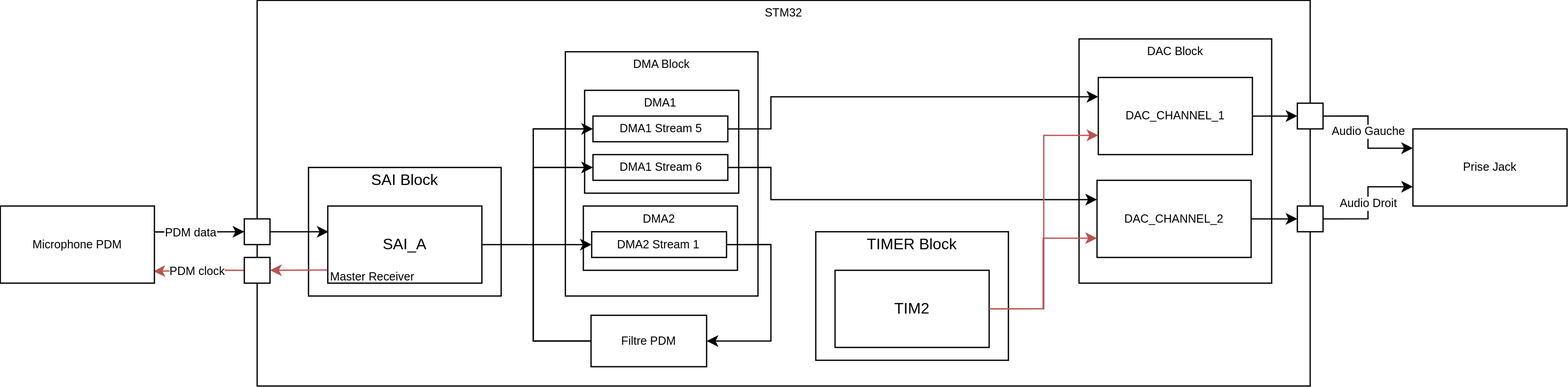
This is 00_Documentation/imgs/03_Embedding/direct_output/block_diagram.svg from piwithy/stm32pdm, a draw.io export, as it was before one commit. Source tidied: cells renumbered, new cells last; positions are measured from the earlier drawing's top-left corner, leaving out a move shared by most shapes.
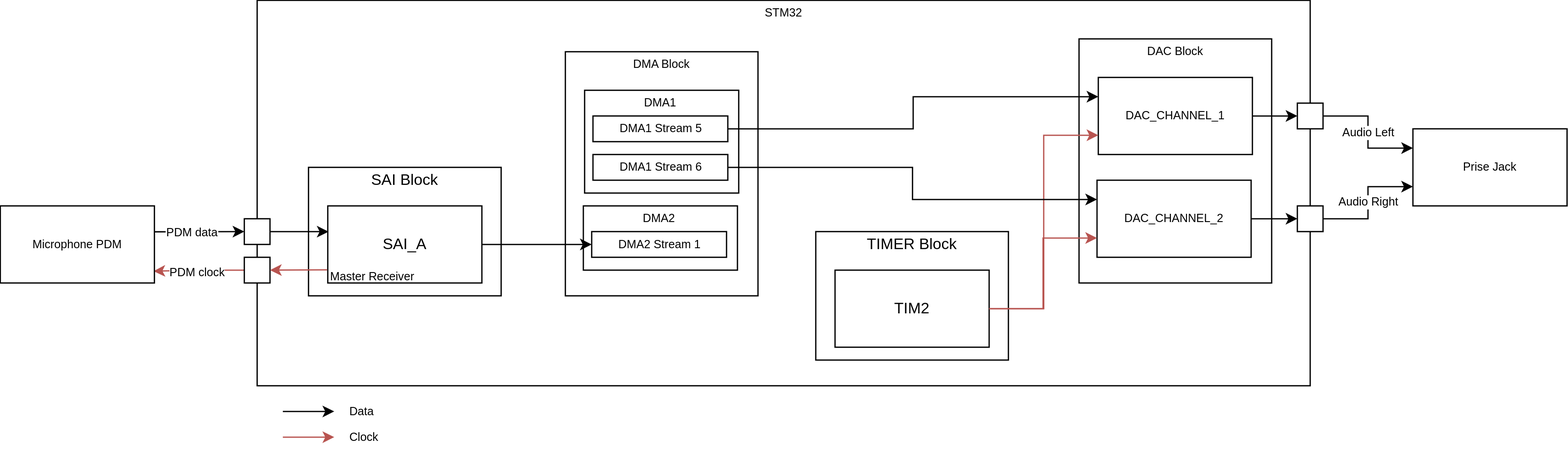
The same diagram one commit later.

Commit message:
Worked on direct_output readme

The edit, as a diff of the source:
```diff
@@ -77,108 +77,89 @@
     <mxCell id="26" value="DMA2 Stream 1" style="rounded=0;whiteSpace=wrap;html=1;fontSize=9;align=center;" parent="17" vertex="1">
       <mxGeometry x="20.5" y="140" width="105" height="20" as="geometry" />
     </mxCell>
-    <mxCell id="27" style="edgeStyle=orthogonalEdgeStyle;rounded=0;jettySize=auto;html=1;exitX=0;exitY=0.5;exitDx=0;exitDy=0;entryX=0;entryY=0.5;entryDx=0;entryDy=0;fontSize=9;" parent="1" edge="1" source="29" target="23">
-      <mxGeometry relative="1" as="geometry">
-        <Array as="points">
-          <mxPoint x="415" y="265" />
-          <mxPoint x="415" y="130" />
-        </Array>
-      </mxGeometry>
+    <mxCell id="27" style="edgeStyle=orthogonalEdgeStyle;rounded=0;jettySize=auto;html=1;exitX=1;exitY=0.5;exitDx=0;exitDy=0;entryX=0.005;entryY=0.334;entryDx=0;entryDy=0;entryPerimeter=0;fontSize=9;" parent="1" edge="1" source="28" target="6">
+      <mxGeometry relative="1" as="geometry" />
     </mxCell>
-    <mxCell id="28" style="edgeStyle=orthogonalEdgeStyle;rounded=0;jettySize=auto;html=1;exitX=0;exitY=0.5;exitDx=0;exitDy=0;entryX=0;entryY=0.5;entryDx=0;entryDy=0;fontSize=9;" parent="1" edge="1" source="29" target="22">
-      <mxGeometry relative="1" as="geometry">
-        <Array as="points">
-          <mxPoint x="415" y="265" />
-          <mxPoint x="415" y="100" />
-        </Array>
-      </mxGeometry>
+    <mxCell id="28" style="rounded=0;whiteSpace=wrap;html=1;fontSize=9;align=center;" parent="1" vertex="1">
+      <mxGeometry x="190" y="170" width="20" height="20" as="geometry" />
     </mxCell>
-    <mxCell id="29" value="Filtre PDM" style="rounded=0;whiteSpace=wrap;html=1;fontSize=9;align=center;" parent="1" vertex="1">
-      <mxGeometry x="460" y="245" width="90" height="40" as="geometry" />
+    <mxCell id="29" style="edgeStyle=orthogonalEdgeStyle;rounded=0;jettySize=auto;html=1;exitX=0;exitY=0.5;exitDx=0;exitDy=0;entryX=0.994;entryY=0.846;entryDx=0;entryDy=0;entryPerimeter=0;fontSize=9;fillColor=#f8cecc;strokeColor=#b85450;" parent="1" edge="1" source="31" target="32">
+      <mxGeometry relative="1" as="geometry" />
     </mxCell>
-    <mxCell id="30" style="edgeStyle=orthogonalEdgeStyle;rounded=0;jettySize=auto;html=1;exitX=1;exitY=0.5;exitDx=0;exitDy=0;entryX=0.005;entryY=0.334;entryDx=0;entryDy=0;entryPerimeter=0;fontSize=9;" parent="1" edge="1" source="31" target="6">
-      <mxGeometry relative="1" as="geometry" />
+    <mxCell id="30" value="PDM clock" style="edgeLabel;html=1;align=center;verticalAlign=middle;fontSize=9;" parent="29" vertex="1">
+      <mxGeometry x="0.08" relative="1" as="geometry" />
     </mxCell>
     <mxCell id="31" style="rounded=0;whiteSpace=wrap;html=1;fontSize=9;align=center;" parent="1" vertex="1">
-      <mxGeometry x="190" y="170" width="20" height="20" as="geometry" />
+      <mxGeometry x="190" y="200" width="20" height="20" as="geometry" />
     </mxCell>
-    <mxCell id="32" style="edgeStyle=orthogonalEdgeStyle;rounded=0;jettySize=auto;html=1;exitX=0;exitY=0.5;exitDx=0;exitDy=0;entryX=0.994;entryY=0.846;entryDx=0;entryDy=0;entryPerimeter=0;fontSize=9;fillColor=#f8cecc;strokeColor=#b85450;" parent="1" edge="1" source="34" target="35">
-      <mxGeometry relative="1" as="geometry" />
+    <mxCell id="32" value="Microphone PDM" style="rounded=0;whiteSpace=wrap;html=1;fontSize=9;align=center;" parent="1" vertex="1">
+      <mxGeometry y="160" width="120" height="60" as="geometry" />
     </mxCell>
-    <mxCell id="33" value="PDM clock" style="edgeLabel;html=1;align=center;verticalAlign=middle;fontSize=9;" parent="32" vertex="1">
-      <mxGeometry x="0.08" relative="1" as="geometry" />
+    <mxCell id="33" style="endArrow=classic;html=1;fontSize=9;entryX=0;entryY=0.5;entryDx=0;entryDy=0;exitX=0.999;exitY=0.336;exitDx=0;exitDy=0;exitPerimeter=0;" parent="1" edge="1" source="32" target="28">
+      <mxGeometry relative="1" as="geometry" />
     </mxCell>
-    <mxCell id="34" style="rounded=0;whiteSpace=wrap;html=1;fontSize=9;align=center;" parent="1" vertex="1">
-      <mxGeometry x="190" y="200" width="20" height="20" as="geometry" />
+    <mxCell id="34" value="PDM data" style="edgeLabel;html=1;align=center;verticalAlign=middle;points=[];fontSize=9;" parent="33" vertex="1">
+      <mxGeometry x="-0.21" relative="1" as="geometry" />
     </mxCell>
-    <mxCell id="35" value="Microphone PDM" style="rounded=0;whiteSpace=wrap;html=1;fontSize=9;align=center;" parent="1" vertex="1">
-      <mxGeometry y="160" width="120" height="60" as="geometry" />
+    <mxCell id="35" style="endArrow=classic;html=1;fontSize=9;entryX=1;entryY=0.5;entryDx=0;entryDy=0;exitX=-0.005;exitY=0.829;exitDx=0;exitDy=0;exitPerimeter=0;fillColor=#f8cecc;strokeColor=#b85450;" parent="1" edge="1" source="6" target="31">
+      <mxGeometry relative="1" as="geometry" />
     </mxCell>
-    <mxCell id="36" style="endArrow=classic;html=1;fontSize=9;entryX=0;entryY=0.5;entryDx=0;entryDy=0;exitX=0.999;exitY=0.336;exitDx=0;exitDy=0;exitPerimeter=0;" parent="1" edge="1" source="35" target="31">
+    <mxCell id="36" style="edgeStyle=orthogonalEdgeStyle;rounded=0;jettySize=auto;html=1;exitX=1;exitY=0.5;exitDx=0;exitDy=0;entryX=0;entryY=0.5;entryDx=0;entryDy=0;fontSize=9;" parent="1" edge="1" source="6" target="26">
       <mxGeometry relative="1" as="geometry" />
     </mxCell>
-    <mxCell id="37" value="PDM data" style="edgeLabel;html=1;align=center;verticalAlign=middle;fontSize=9;" parent="36" vertex="1">
-      <mxGeometry x="-0.21" relative="1" as="geometry" />
+    <mxCell id="37" style="edgeStyle=orthogonalEdgeStyle;rounded=0;jettySize=auto;html=1;exitX=1;exitY=0.5;exitDx=0;exitDy=0;entryX=0;entryY=0.75;entryDx=0;entryDy=0;fontSize=9;fillColor=#f8cecc;strokeColor=#b85450;" parent="1" edge="1" source="16" target="10">
+      <mxGeometry relative="1" as="geometry" />
     </mxCell>
-    <mxCell id="38" style="endArrow=classic;html=1;fontSize=9;entryX=1;entryY=0.5;entryDx=0;entryDy=0;exitX=-0.005;exitY=0.829;exitDx=0;exitDy=0;exitPerimeter=0;fillColor=#f8cecc;strokeColor=#b85450;" parent="1" edge="1" source="6" target="34">
+    <mxCell id="38" style="edgeStyle=orthogonalEdgeStyle;rounded=0;jettySize=auto;html=1;exitX=1;exitY=0.5;exitDx=0;exitDy=0;entryX=0;entryY=0.75;entryDx=0;entryDy=0;fontSize=9;fillColor=#f8cecc;strokeColor=#b85450;" parent="1" edge="1" source="16" target="12">
       <mxGeometry relative="1" as="geometry" />
     </mxCell>
-    <mxCell id="39" style="edgeStyle=orthogonalEdgeStyle;rounded=0;jettySize=auto;html=1;exitX=1;exitY=0.5;exitDx=0;exitDy=0;entryX=0;entryY=0.5;entryDx=0;entryDy=0;fontSize=9;" parent="1" edge="1" source="6" target="26">
+    <mxCell id="39" value="Audio Left" style="edgeStyle=orthogonalEdgeStyle;rounded=0;jettySize=auto;html=1;exitX=1;exitY=0.5;exitDx=0;exitDy=0;entryX=0;entryY=0.25;entryDx=0;entryDy=0;fontSize=9;" parent="1" edge="1" source="40" target="46">
       <mxGeometry relative="1" as="geometry" />
     </mxCell>
-    <mxCell id="40" style="edgeStyle=orthogonalEdgeStyle;rounded=0;jettySize=auto;html=1;exitX=1;exitY=0.5;exitDx=0;exitDy=0;entryX=1;entryY=0.5;entryDx=0;entryDy=0;fontSize=9;" parent="1" edge="1" source="26" target="29">
-      <mxGeometry relative="1" as="geometry">
-        <Array as="points">
-          <mxPoint x="600" y="190" />
-          <mxPoint x="600" y="265" />
-        </Array>
-      </mxGeometry>
+    <mxCell id="40" style="rounded=0;whiteSpace=wrap;html=1;fontSize=9;align=center;" parent="1" vertex="1">
+      <mxGeometry x="1010" y="80" width="20" height="20" as="geometry" />
     </mxCell>
-    <mxCell id="41" style="edgeStyle=orthogonalEdgeStyle;rounded=0;jettySize=auto;html=1;exitX=1;exitY=0.5;exitDx=0;exitDy=0;entryX=0;entryY=0.25;entryDx=0;entryDy=0;fontSize=9;" parent="1" edge="1" source="22" target="10">
-      <mxGeometry relative="1" as="geometry">
-        <Array as="points">
-          <mxPoint x="600" y="100" />
-          <mxPoint x="600" y="75" />
-        </Array>
-      </mxGeometry>
+    <mxCell id="41" value="Audio Right" style="edgeStyle=orthogonalEdgeStyle;rounded=0;jettySize=auto;html=1;exitX=1;exitY=0.5;exitDx=0;exitDy=0;entryX=0;entryY=0.75;entryDx=0;entryDy=0;fontSize=9;" parent="1" edge="1" source="42" target="46">
+      <mxGeometry relative="1" as="geometry" />
     </mxCell>
-    <mxCell id="42" style="edgeStyle=orthogonalEdgeStyle;rounded=0;jettySize=auto;html=1;exitX=1;exitY=0.5;exitDx=0;exitDy=0;entryX=0;entryY=0.25;entryDx=0;entryDy=0;fontSize=9;" parent="1" edge="1" source="23" target="12">
-      <mxGeometry relative="1" as="geometry">
-        <Array as="points">
-          <mxPoint x="600" y="130" />
-          <mxPoint x="600" y="155" />
-        </Array>
-      </mxGeometry>
+    <mxCell id="42" style="rounded=0;whiteSpace=wrap;html=1;fontSize=9;align=center;" parent="1" vertex="1">
+      <mxGeometry x="1010" y="160" width="20" height="20" as="geometry" />
     </mxCell>
-    <mxCell id="43" style="edgeStyle=orthogonalEdgeStyle;rounded=0;jettySize=auto;html=1;exitX=1;exitY=0.5;exitDx=0;exitDy=0;entryX=0;entryY=0.75;entryDx=0;entryDy=0;fontSize=9;fillColor=#f8cecc;strokeColor=#b85450;" parent="1" edge="1" source="16" target="10">
+    <mxCell id="43" style="edgeStyle=orthogonalEdgeStyle;rounded=0;jettySize=auto;html=1;exitX=1;exitY=0.5;exitDx=0;exitDy=0;entryX=0;entryY=0.5;entryDx=0;entryDy=0;fontSize=9;" parent="1" edge="1" source="12" target="42">
       <mxGeometry relative="1" as="geometry" />
     </mxCell>
-    <mxCell id="44" style="edgeStyle=orthogonalEdgeStyle;rounded=0;jettySize=auto;html=1;exitX=1;exitY=0.5;exitDx=0;exitDy=0;entryX=0;entryY=0.75;entryDx=0;entryDy=0;fontSize=9;fillColor=#f8cecc;strokeColor=#b85450;" parent="1" edge="1" source="16" target="12">
+    <mxCell id="44" style="edgeStyle=orthogonalEdgeStyle;rounded=0;jettySize=auto;html=1;exitX=1;exitY=0.5;exitDx=0;exitDy=0;entryX=0;entryY=0.5;entryDx=0;entryDy=0;fontSize=9;" parent="1" edge="1" source="10" target="40">
       <mxGeometry relative="1" as="geometry" />
     </mxCell>
-    <mxCell id="45" value="Audio Gauche" style="edgeStyle=orthogonalEdgeStyle;rounded=0;jettySize=auto;html=1;exitX=1;exitY=0.5;exitDx=0;exitDy=0;entryX=0;entryY=0.25;entryDx=0;entryDy=0;fontSize=9;" parent="1" edge="1" source="46" target="52">
-      <mxGeometry relative="1" as="geometry" />
+    <mxCell id="45" value="STM32" style="text;html=1;strokeColor=none;fillColor=none;align=center;verticalAlign=middle;whiteSpace=wrap;rounded=0;fontSize=9;" parent="1" vertex="1">
+      <mxGeometry x="200" width="820" height="20" as="geometry" />
     </mxCell>
-    <mxCell id="46" style="rounded=0;whiteSpace=wrap;html=1;fontSize=9;align=center;" parent="1" vertex="1">
-      <mxGeometry x="1010" y="80" width="20" height="20" as="geometry" />
+    <mxCell id="46" value="Prise Jack" style="rounded=0;whiteSpace=wrap;html=1;fontSize=9;align=center;" parent="1" vertex="1">
+      <mxGeometry x="1100" y="100" width="120" height="60" as="geometry" />
     </mxCell>
-    <mxCell id="47" value="Audio Droit" style="edgeStyle=orthogonalEdgeStyle;rounded=0;jettySize=auto;html=1;exitX=1;exitY=0.5;exitDx=0;exitDy=0;entryX=0;entryY=0.75;entryDx=0;entryDy=0;fontSize=9;" parent="1" edge="1" source="48" target="52">
+    <mxCell id="47" style="edgeStyle=orthogonalEdgeStyle;rounded=0;jettySize=auto;html=1;exitX=1;exitY=0.5;exitDx=0;exitDy=0;fontSize=9;entryX=0;entryY=0.25;entryDx=0;entryDy=0;" parent="1" edge="1" source="22" target="10">
       <mxGeometry relative="1" as="geometry" />
     </mxCell>
-    <mxCell id="48" style="rounded=0;whiteSpace=wrap;html=1;fontSize=9;align=center;" parent="1" vertex="1">
-      <mxGeometry x="1010" y="160" width="20" height="20" as="geometry" />
+    <mxCell id="48" style="edgeStyle=orthogonalEdgeStyle;rounded=0;jettySize=auto;html=1;exitX=1;exitY=0.5;exitDx=0;exitDy=0;entryX=0;entryY=0.25;entryDx=0;entryDy=0;fontSize=9;" parent="1" edge="1" source="23" target="12">
+      <mxGeometry relative="1" as="geometry" />
     </mxCell>
-    <mxCell id="49" style="edgeStyle=orthogonalEdgeStyle;rounded=0;jettySize=auto;html=1;exitX=1;exitY=0.5;exitDx=0;exitDy=0;entryX=0;entryY=0.5;entryDx=0;entryDy=0;fontSize=9;" parent="1" edge="1" source="12" target="48">
-      <mxGeometry relative="1" as="geometry" />
+    <mxCell id="49" style="endArrow=classic;html=1;fontSize=9;" parent="1" edge="1">
+      <mxGeometry relative="1" as="geometry">
+        <mxPoint x="220" y="320" as="sourcePoint" />
+        <mxPoint x="260" y="320" as="targetPoint" />
+      </mxGeometry>
     </mxCell>
-    <mxCell id="50" style="edgeStyle=orthogonalEdgeStyle;rounded=0;jettySize=auto;html=1;exitX=1;exitY=0.5;exitDx=0;exitDy=0;entryX=0;entryY=0.5;entryDx=0;entryDy=0;fontSize=9;" parent="1" edge="1" source="10" target="46">
-      <mxGeometry relative="1" as="geometry" />
+    <mxCell id="50" value="Data" style="text;html=1;strokeColor=none;fillColor=none;align=left;verticalAlign=middle;whiteSpace=wrap;rounded=0;fontSize=9;" parent="1" vertex="1">
+      <mxGeometry x="270" y="310" width="40" height="20" as="geometry" />
     </mxCell>
-    <mxCell id="51" value="STM32" style="text;html=1;strokeColor=none;fillColor=none;align=center;verticalAlign=middle;whiteSpace=wrap;rounded=0;fontSize=9;" parent="1" vertex="1">
-      <mxGeometry x="200" width="820" height="20" as="geometry" />
+    <mxCell id="51" style="endArrow=classic;html=1;fontSize=9;fillColor=#f8cecc;strokeColor=#b85450;" parent="1" edge="1">
+      <mxGeometry relative="1" as="geometry">
+        <mxPoint x="220" y="340" as="sourcePoint" />
+        <mxPoint x="260" y="340" as="targetPoint" />
+      </mxGeometry>
     </mxCell>
-    <mxCell id="52" value="Prise Jack" style="rounded=0;whiteSpace=wrap;html=1;fontSize=9;align=center;" parent="1" vertex="1">
-      <mxGeometry x="1100" y="100" width="120" height="60" as="geometry" />
+    <mxCell id="52" value="Clock" style="text;html=1;strokeColor=none;fillColor=none;align=left;verticalAlign=middle;whiteSpace=wrap;rounded=0;fontSize=9;" parent="1" vertex="1">
+      <mxGeometry x="270" y="330" width="40" height="20" as="geometry" />
     </mxCell>
   </root>
 </mxGraphModel>
```
